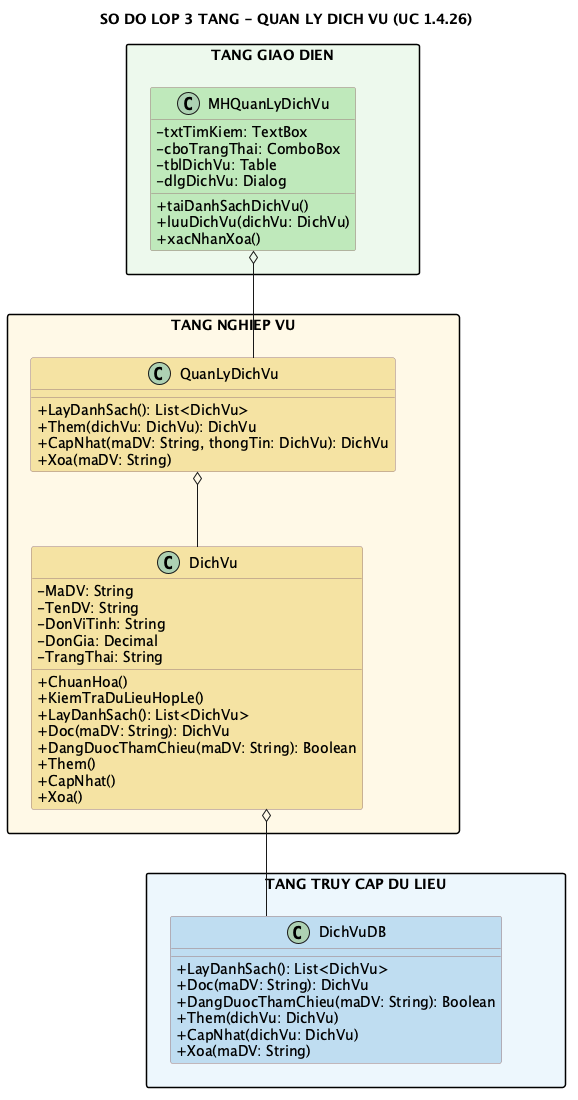
Above: diagram/png/quan-ly-dich-vu-class.png in Ming1309/HomeStay-Dorm (PlantUML), before the change. Its diagram source:
```plantuml
@startuml
title SO DO LOP 3 TANG - QUAN LY DICH VU (UC 1.4.26)
top to bottom direction
skinparam shadowing false
skinparam linetype ortho
skinparam nodesep 55
skinparam ranksep 75
skinparam packageStyle rectangle
skinparam classAttributeIconSize 0
skinparam class {
  BackgroundColor #FFFACD
  BorderColor #9B7B7B
}

package "TANG GIAO DIEN" as GUI_LAYER #EDF9EC {
  class MHQuanLyDichVu #BFE8BA {
    - txtTimKiem: TextBox
    - cboTrangThai: ComboBox
    - tblDichVu: Table
    - dlgDichVu: Dialog
    + taiDanhSachDichVu()
    + luuDichVu(dichVu: DichVu)
    + xacNhanXoa()
  }
}
package "TANG NGHIEP VU" as BUS_LAYER #FFF9E6 {
  class QuanLyDichVu #F4E3A2 {
    + LayDanhSach(): List<DichVu>
    + Them(dichVu: DichVu): DichVu
    + CapNhat(maDV: String, thongTin: DichVu): DichVu
    + Xoa(maDV: String)
  }
  class DichVu #F4E3A2 {
    - MaDV: String
    - TenDV: String
    - DonViTinh: String
    - DonGia: Decimal
    - TrangThai: String
    + ChuanHoa()
    + KiemTraDuLieuHopLe()
    + LayDanhSach(): List<DichVu>
    + Doc(maDV: String): DichVu
    + DangDuocThamChieu(maDV: String): Boolean
    + Them()
    + CapNhat()
    + Xoa()
  }
}
package "TANG TRUY CAP DU LIEU" as DAL_LAYER #EDF6FC {
  class DichVuDB #BFDCF0 {
    + LayDanhSach(): List<DichVu>
    + Doc(maDV: String): DichVu
    + DangDuocThamChieu(maDV: String): Boolean
    + Them(dichVu: DichVu)
    + CapNhat(dichVu: DichVu)
    + Xoa(maDV: String)
  }
}
MHQuanLyDichVu o-- QuanLyDichVu
QuanLyDichVu o-- DichVu
DichVu o-- DichVuDB

GUI_LAYER -[hidden]down- BUS_LAYER
BUS_LAYER -[hidden]down- DAL_LAYER
QuanLyDichVu -[hidden]down- DichVuDB
@enduml
```
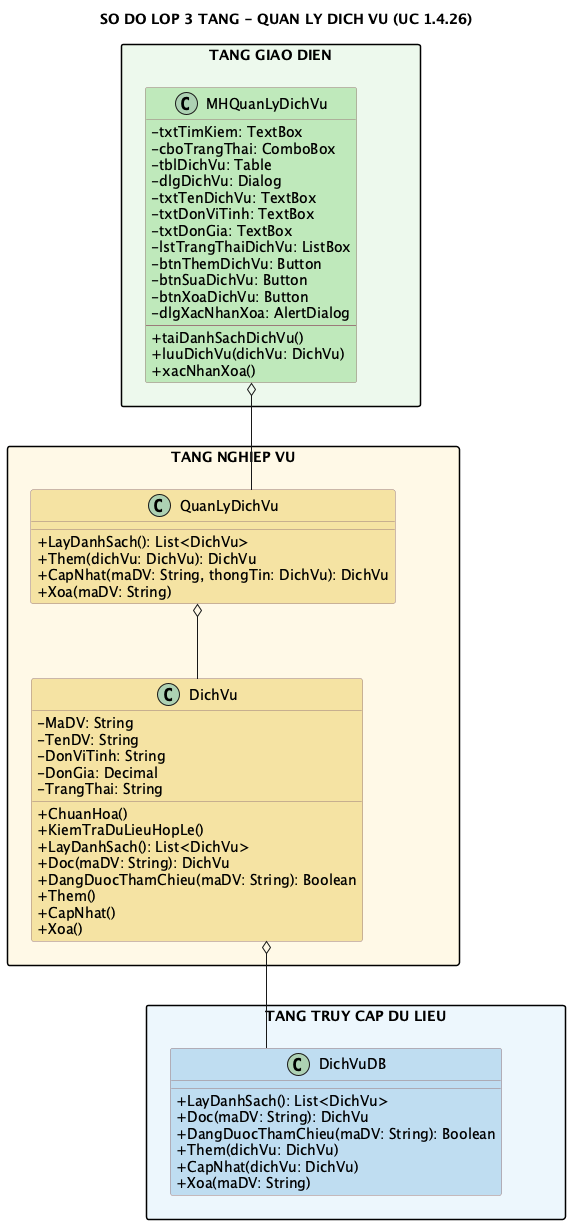
After the change.

Change to the diagram source:
```diff
@@ -18,6 +18,15 @@
     - cboTrangThai: ComboBox
     - tblDichVu: Table
     - dlgDichVu: Dialog
+    - txtTenDichVu: TextBox
+    - txtDonViTinh: TextBox
+    - txtDonGia: TextBox
+    - lstTrangThaiDichVu: ListBox
+    - btnThemDichVu: Button
+    - btnSuaDichVu: Button
+    - btnXoaDichVu: Button
+    - dlgXacNhanXoa: AlertDialog
+    --
     + taiDanhSachDichVu()
     + luuDichVu(dichVu: DichVu)
     + xacNhanXoa()
```
